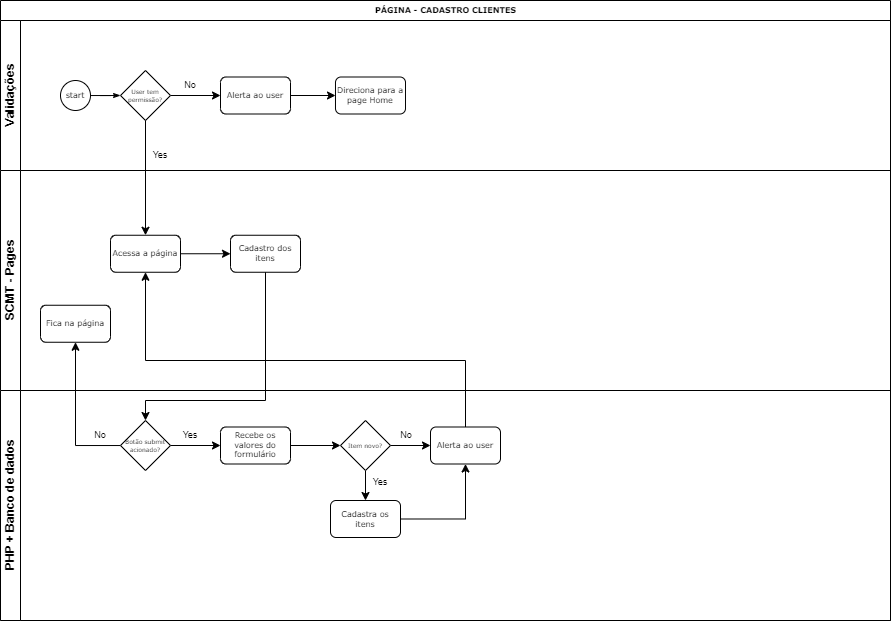
The draw.io diagram cadastro_clientes.drawio.png in RogiNascimento/diagramas, before a commit. Source tidied: cells renumbered, new cells last; positions are measured from the earlier drawing's top-left corner, leaving out a move shared by most shapes.
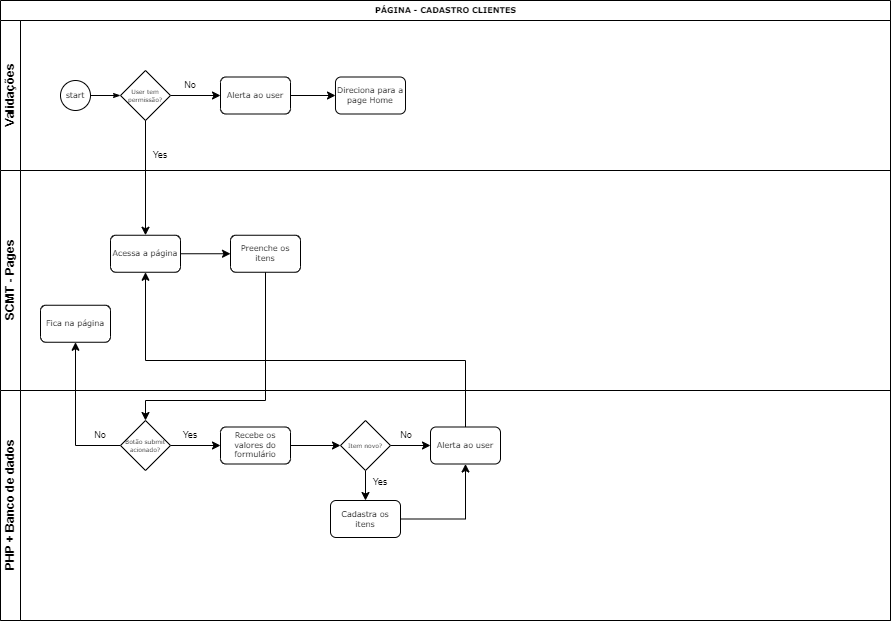
The same diagram one commit later.

What changed in the source:
```diff
@@ -46,7 +46,7 @@
     <mxCell id="15" value="Acessa a página" style="rounded=1;whiteSpace=wrap;html=1;shadow=0;labelBackgroundColor=none;strokeWidth=1;fontFamily=Verdana;fontSize=8;align=center;" parent="13" vertex="1">
       <mxGeometry x="110" y="64.7" width="70" height="37" as="geometry" />
     </mxCell>
-    <mxCell id="16" value="Cadastro dos itens" style="rounded=1;whiteSpace=wrap;html=1;shadow=0;labelBackgroundColor=none;strokeWidth=1;fontFamily=Verdana;fontSize=8;align=center;" parent="13" vertex="1">
+    <mxCell id="16" value="Preenche os itens" style="rounded=1;whiteSpace=wrap;html=1;shadow=0;labelBackgroundColor=none;strokeWidth=1;fontFamily=Verdana;fontSize=8;align=center;" parent="13" vertex="1">
       <mxGeometry x="230" y="64.7" width="70" height="37" as="geometry" />
     </mxCell>
     <mxCell id="17" value="Fica na página" style="rounded=1;whiteSpace=wrap;html=1;shadow=0;labelBackgroundColor=none;strokeWidth=1;fontFamily=Verdana;fontSize=8;align=center;" parent="13" vertex="1">
```
